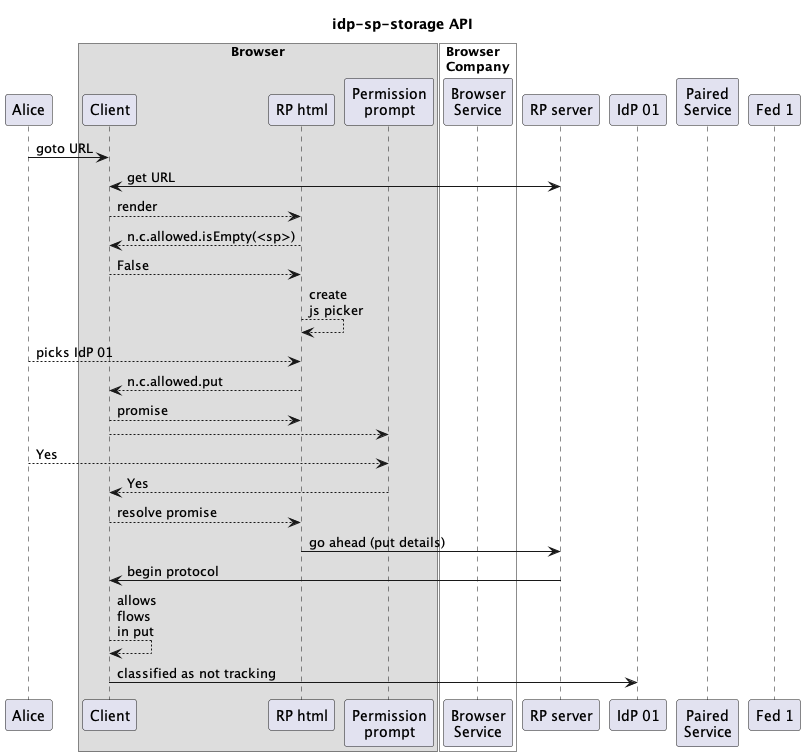
Earlier version of the PlantUML export documentation/idp-sp-storage.png (nckroy/ApacheDS-Docker). Its diagram source:
```plantuml
@startuml idp-sp-storage

Title idp-sp-storage API

participant Alice

box "Browser\nCompany" #White
    box Browser
        participant "Client" as Browser
        participant "RP html" as Window
        participant "Permission\nprompt" as modal
    end box
    participant "Browser\nService" as browserService
end box

participant "RP server" as RP

participant "IdP 01" as IdP
participant "Paired\nService" as Service

participant "Fed 1" as fed


    Alice -> Browser: goto URL
    Browser <-> RP: get URL
    Browser --> Window: render
    Window --> Browser: n.c.allowed.isEmpty(<sp>)
    Browser --> Window: False
    Window --> Window: create\njs picker
    Alice --> Window: picks IdP 01
    Window --> Browser: n.c.allowed.put
    Browser --> Window: promise
    Browser --> modal:
    Alice --> modal: Yes
    modal --> Browser: Yes
    Browser --> Window: resolve promise
    Window -> RP: go ahead (put details)
    RP -> Browser: begin protocol
    Browser --> Browser: allows\nflows\nin put
    Browser -> IdP: classified as not tracking


@enduml
```
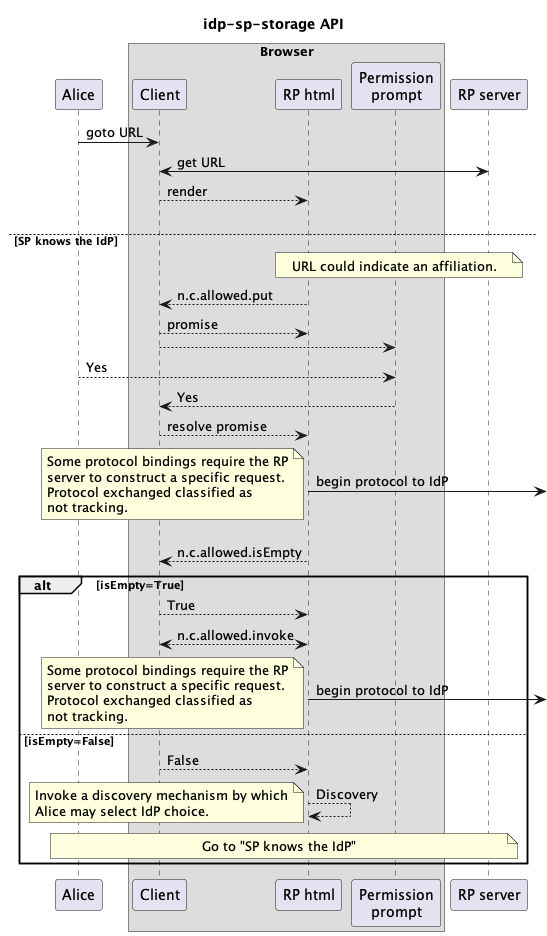
The same file after the commit.

Commit message:
Informed by Scott's analysis

The edit, as a diff of the source:
```diff
@@ -10,34 +10,54 @@
         participant "RP html" as Window
         participant "Permission\nprompt" as modal
     end box
-    participant "Browser\nService" as browserService
 end box
-
 participant "RP server" as RP
-
-participant "IdP 01" as IdP
-participant "Paired\nService" as Service
-
-participant "Fed 1" as fed
-
 
     Alice -> Browser: goto URL
     Browser <-> RP: get URL
     Browser --> Window: render
-    Window --> Browser: n.c.allowed.isEmpty(<sp>)
-    Browser --> Window: False
-    Window --> Window: create\njs picker
-    Alice --> Window: picks IdP 01
-    Window --> Browser: n.c.allowed.put
-    Browser --> Window: promise
-    Browser --> modal:
-    Alice --> modal: Yes
-    modal --> Browser: Yes
-    Browser --> Window: resolve promise
-    Window -> RP: go ahead (put details)
-    RP -> Browser: begin protocol
-    Browser --> Browser: allows\nflows\nin put
-    Browser -> IdP: classified as not tracking
+    group SP discovers user's IdP
+    else SP knows the IdP
+        note over Window, RP
+            URL could indicate an affiliation.
+        end note
+        Window --> Browser: n.c.allowed.put
+        Browser --> Window: promise
+        Browser --> modal:
+        Alice --> modal: Yes
+        modal --> Browser: Yes
+        Browser --> Window: resolve promise
+        Window ->] : begin protocol to IdP
+        note left
+            Some protocol bindings require the RP
+            server to construct a specific request.
+            Protocol exchanged classified as
+            not tracking.
+        end note
+    else SP does not know the IdP
+        Window --> Browser: n.c.allowed.isEmpty
+        alt isEmpty=True
+            Browser --> Window: True
+            Window <--> Browser: n.c.allowed.invoke
+            Window ->] : begin protocol to IdP
+            note left
+            Some protocol bindings require the RP
+            server to construct a specific request.
+            Protocol exchanged classified as
+            not tracking.
+        end note
+        else isEmpty=False
+            Browser --> Window: False
+            Window --> Window: Discovery
+            note left
+            Invoke a discovery mechanism by which
+            Alice may select IdP choice.
+            end note
+            note over Alice, RP
+                Go to "SP knows the IdP"
+            end note
+        end group
+
 
 
 @enduml
```
